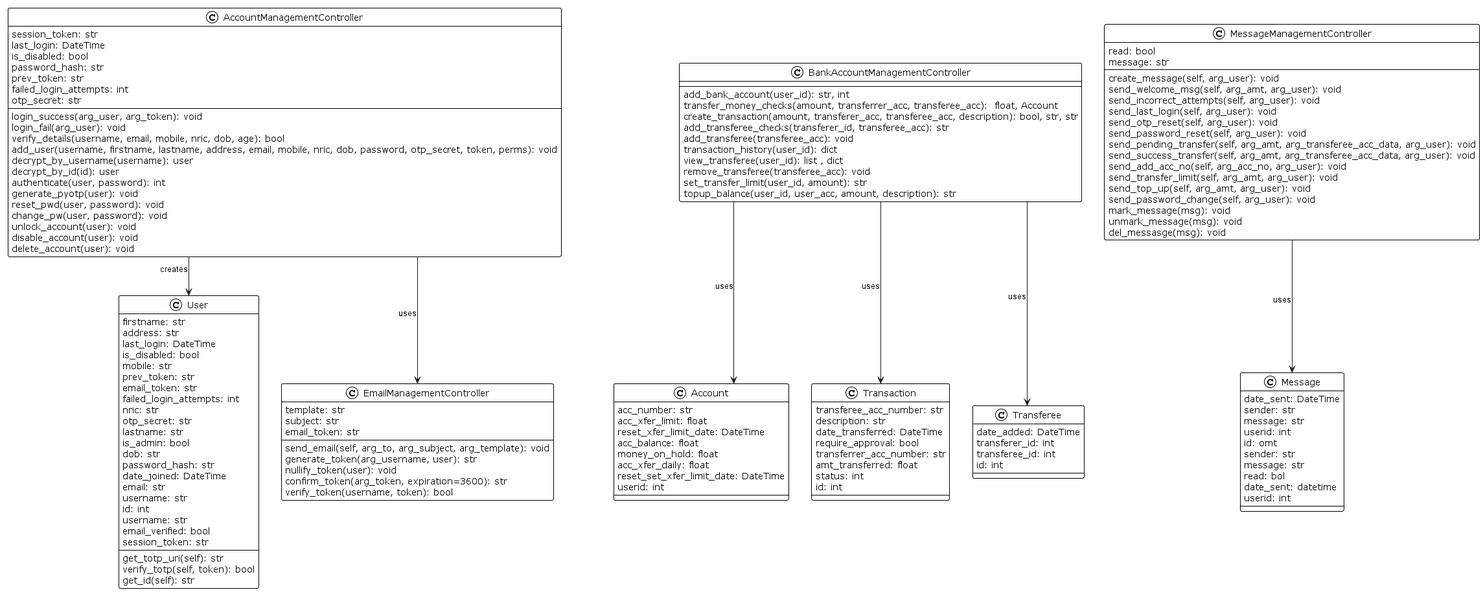
This is ClassDiagram.png from Jaspzx/ICT3203_HXBank, a PlantUML export, as it was before one commit.
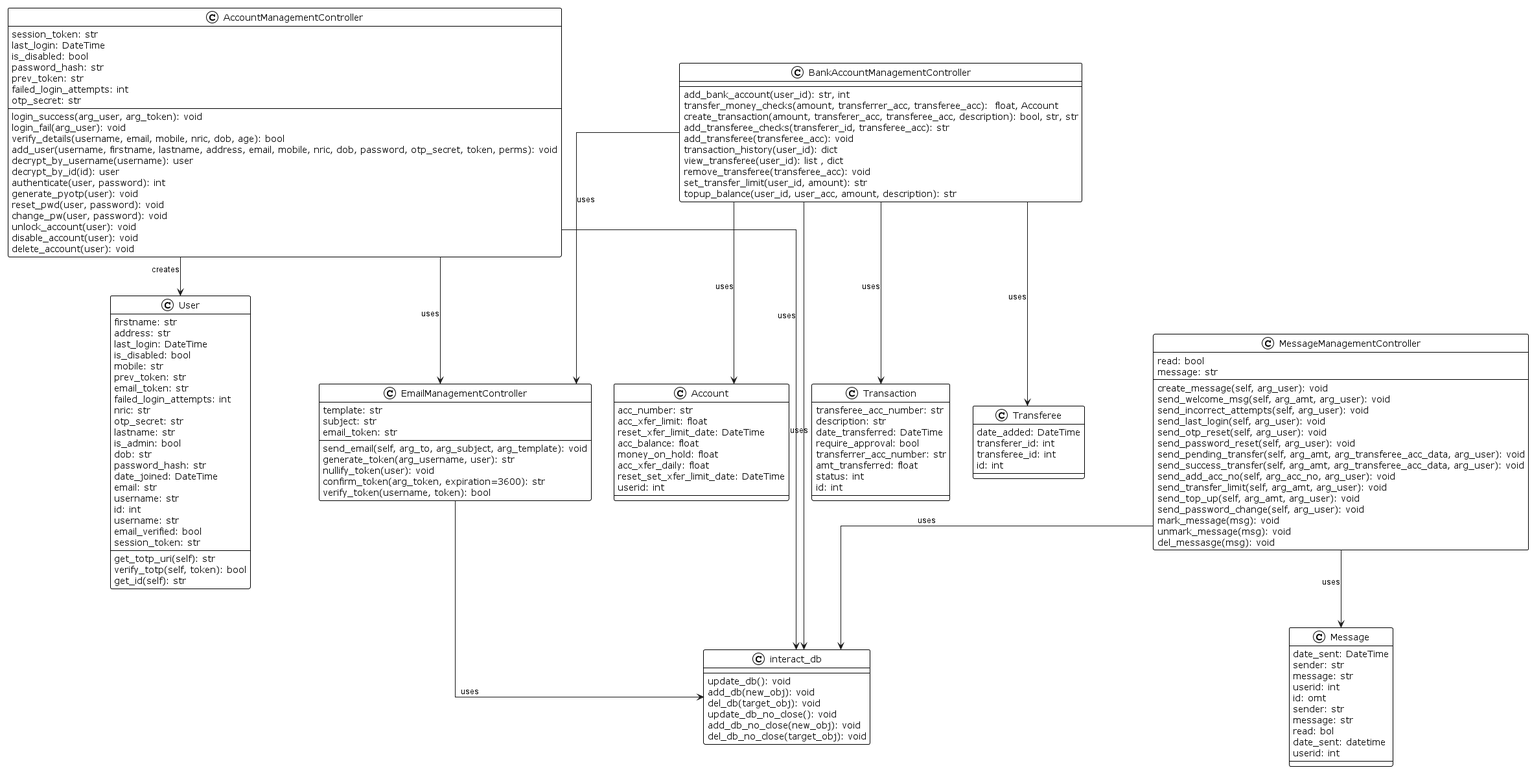
Above is the later version.

Commit message:
Update Class Diagram

Diff of the diagram source:
```diff
@@ -4,7 +4,13 @@
 BankAccountManagementController --> Account:uses
 BankAccountManagementController --> Transaction:uses
 BankAccountManagementController --> Transferee:uses
+BankAccountManagementController --> EmailManagementController:uses
 MessageManagementController  --> Message:uses
+AccountManagementController  --> interact_db:uses
+BankAccountManagementController --> interact_db:uses
+MessageManagementController  --> interact_db:uses
+EmailManagementController  --> interact_db:uses
+
 !theme plain
 top to bottom direction
 skinparam linetype ortho
@@ -140,4 +146,12 @@
    verify_totp(self, token): bool
    get_id(self): str
 }
+class interact_db as "interact_db" {
+   update_db(): void
+   add_db(new_obj): void
+   del_db(target_obj): void
+   update_db_no_close(): void
+   add_db_no_close(new_obj): void
+   del_db_no_close(target_obj): void
+}
 @enduml
```
